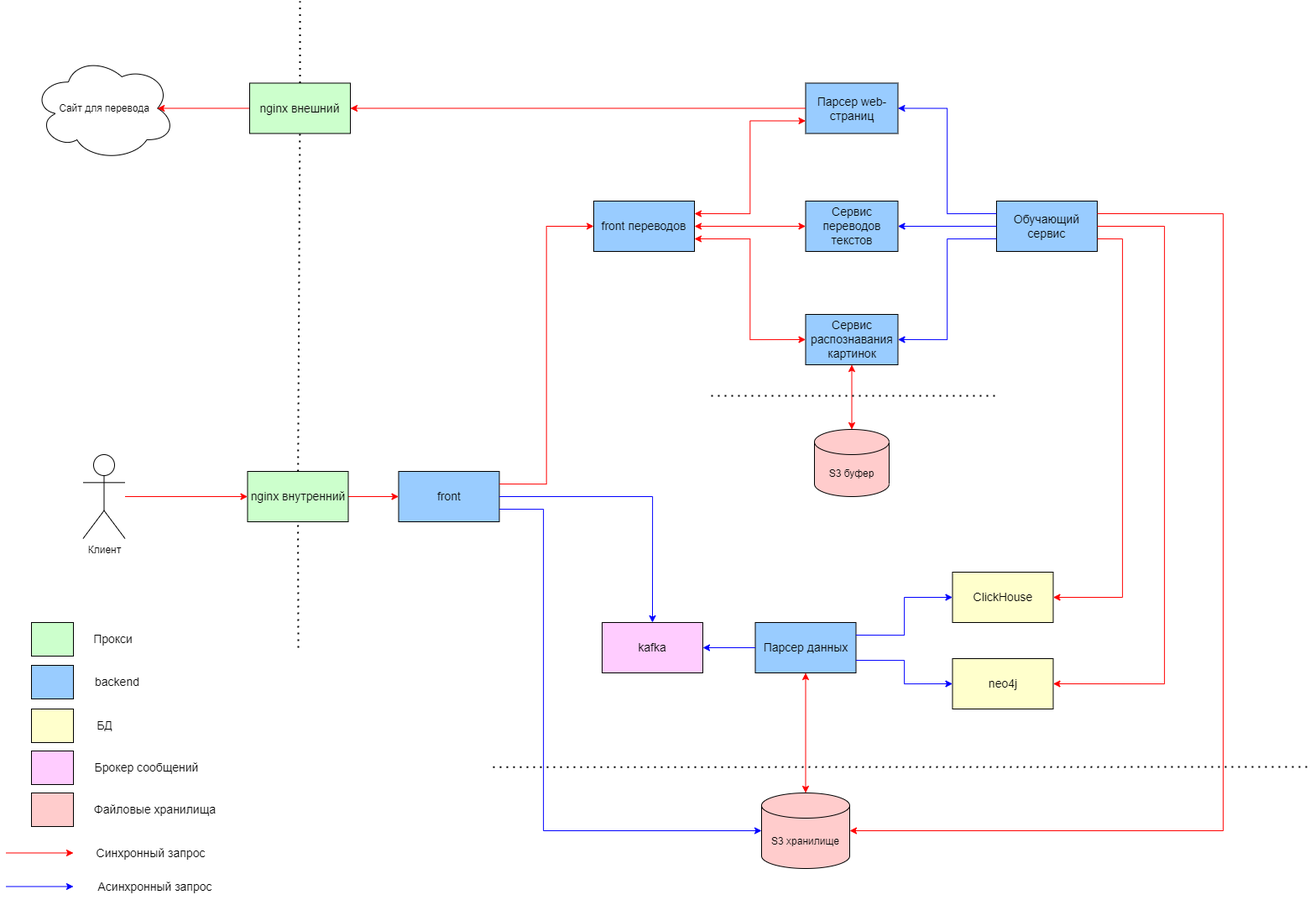
Earlier version of the draw.io export img/projectSchema.png (kek-flip/tp-highload). Source tidied: cells renumbered, new cells last; positions are measured from the earlier drawing's top-left corner, leaving out a move shared by most shapes. The source it was exported from:
```xml
<mxGraphModel>
  <root>
    <mxCell id="0" />
    <mxCell id="1" parent="0" />
    <mxCell id="2" style="endArrow=none;dashed=1;html=1;dashPattern=1 3;strokeWidth=2;rounded=0;" parent="1" edge="1" source="50">
      <mxGeometry relative="1" as="geometry">
        <mxPoint x="350" as="targetPoint" />
      </mxGeometry>
    </mxCell>
    <mxCell id="3" value="&lt;font style=&quot;font-size: 14px;&quot;&gt;front&lt;/font&gt;" style="rounded=0;whiteSpace=wrap;html=1;fillColor=#99CCFF;" parent="1" vertex="1">
      <mxGeometry x="467.5" y="560" width="120" height="60" as="geometry" />
    </mxCell>
    <mxCell id="4" value="&lt;font style=&quot;font-size: 14px;&quot;&gt;kafka&lt;/font&gt;" style="rounded=0;whiteSpace=wrap;html=1;fillColor=#FFCCFF;" parent="1" vertex="1">
      <mxGeometry x="710" y="740" width="120" height="60" as="geometry" />
    </mxCell>
    <mxCell id="5" value="&lt;font style=&quot;font-size: 14px;&quot;&gt;Сервис переводов текстов&lt;/font&gt;" style="rounded=0;whiteSpace=wrap;html=1;fillColor=#99CCFF;" parent="1" vertex="1">
      <mxGeometry x="952.5" y="238" width="110" height="60" as="geometry" />
    </mxCell>
    <mxCell id="6" value="&lt;font style=&quot;font-size: 14px;&quot;&gt;neo4j&lt;/font&gt;" style="rounded=0;whiteSpace=wrap;html=1;fillColor=#FFFFCC;" parent="1" vertex="1">
      <mxGeometry x="1127.5" y="783" width="120" height="60" as="geometry" />
    </mxCell>
    <mxCell id="7" value="&lt;font style=&quot;font-size: 14px;&quot;&gt;ClickHouse&lt;/font&gt;" style="rounded=0;whiteSpace=wrap;html=1;fillColor=#FFFFCC;" parent="1" vertex="1">
      <mxGeometry x="1127.5" y="680" width="120" height="60" as="geometry" />
    </mxCell>
    <mxCell id="8" value="&lt;font style=&quot;font-size: 14px;&quot;&gt;Обучающий сервис&lt;/font&gt;" style="rounded=0;whiteSpace=wrap;html=1;fillColor=#99CCFF;" parent="1" vertex="1">
      <mxGeometry x="1180" y="238" width="120" height="60" as="geometry" />
    </mxCell>
    <mxCell id="9" value="&lt;font style=&quot;font-size: 14px;&quot;&gt;Парсер данных&lt;/font&gt;" style="rounded=0;whiteSpace=wrap;html=1;fillColor=#99CCFF;align=center;" parent="1" vertex="1">
      <mxGeometry x="892.5" y="740" width="120" height="60" as="geometry" />
    </mxCell>
    <mxCell id="10" value="&lt;font style=&quot;font-size: 14px;&quot;&gt;Сервис распознавания картинок&lt;/font&gt;" style="rounded=0;whiteSpace=wrap;html=1;fillColor=#99CCFF;" parent="1" vertex="1">
      <mxGeometry x="952.5" y="373" width="110" height="60" as="geometry" />
    </mxCell>
    <mxCell id="11" value="&lt;font style=&quot;font-size: 14px;&quot;&gt;Парсер web-страниц&lt;/font&gt;" style="rounded=0;whiteSpace=wrap;html=1;fillColor=#99CCFF;" parent="1" vertex="1">
      <mxGeometry x="952.5" y="97.5" width="110" height="60" as="geometry" />
    </mxCell>
    <mxCell id="12" value="&lt;font style=&quot;font-size: 14px;&quot;&gt;front переводов&lt;/font&gt;" style="rounded=0;whiteSpace=wrap;html=1;fillColor=#99CCFF;" parent="1" vertex="1">
      <mxGeometry x="700" y="238" width="120" height="60" as="geometry" />
    </mxCell>
    <mxCell id="13" style="endArrow=classic;html=1;rounded=0;exitX=1;exitY=0.5;exitDx=0;exitDy=0;entryX=0;entryY=0.5;entryDx=0;entryDy=0;strokeColor=#FF0000;" parent="1" edge="1" source="48" target="3">
      <mxGeometry relative="1" as="geometry" />
    </mxCell>
    <mxCell id="14" style="endArrow=classic;html=1;rounded=0;exitX=1;exitY=0.5;exitDx=0;exitDy=0;entryX=0.5;entryY=0;entryDx=0;entryDy=0;edgeStyle=orthogonalEdgeStyle;strokeColor=#0000FF;" parent="1" edge="1" source="3" target="4">
      <mxGeometry relative="1" as="geometry" />
    </mxCell>
    <mxCell id="15" style="endArrow=classic;html=1;rounded=0;exitX=1;exitY=0.25;exitDx=0;exitDy=0;entryX=0;entryY=0.5;entryDx=0;entryDy=0;elbow=vertical;edgeStyle=orthogonalEdgeStyle;strokeColor=#FF0000;" parent="1" edge="1" source="3" target="12">
      <mxGeometry relative="1" as="geometry" />
    </mxCell>
    <mxCell id="16" style="endArrow=classic;html=1;rounded=0;entryX=1;entryY=0.5;entryDx=0;entryDy=0;exitX=0;exitY=0.5;exitDx=0;exitDy=0;edgeStyle=orthogonalEdgeStyle;strokeColor=#0000FF;" parent="1" edge="1" source="9" target="4">
      <mxGeometry relative="1" as="geometry" />
    </mxCell>
    <mxCell id="17" style="endArrow=classic;html=1;rounded=0;entryX=0;entryY=0.5;entryDx=0;entryDy=0;strokeColor=#FF0000;" parent="1" edge="1" source="25" target="48">
      <mxGeometry relative="1" as="geometry" />
    </mxCell>
    <mxCell id="18" style="endArrow=classic;html=1;rounded=0;exitX=1;exitY=0.25;exitDx=0;exitDy=0;entryX=0;entryY=0.5;entryDx=0;entryDy=0;edgeStyle=orthogonalEdgeStyle;strokeColor=#0000FF;" parent="1" edge="1" source="9" target="7">
      <mxGeometry relative="1" as="geometry" />
    </mxCell>
    <mxCell id="19" style="endArrow=classic;html=1;rounded=0;exitX=1;exitY=0.75;exitDx=0;exitDy=0;entryX=0;entryY=0.5;entryDx=0;entryDy=0;edgeStyle=orthogonalEdgeStyle;strokeColor=#0000FF;" parent="1" edge="1" source="9" target="6">
      <mxGeometry relative="1" as="geometry" />
    </mxCell>
    <mxCell id="20" style="rounded=0;whiteSpace=wrap;html=1;fillColor=#CCFFCC;" parent="1" vertex="1">
      <mxGeometry x="30" y="740" width="50" height="40" as="geometry" />
    </mxCell>
    <mxCell id="21" style="rounded=0;whiteSpace=wrap;html=1;fillColor=#99CCFF;" parent="1" vertex="1">
      <mxGeometry x="30" y="791" width="50" height="40" as="geometry" />
    </mxCell>
    <mxCell id="22" style="rounded=0;whiteSpace=wrap;html=1;fillColor=#FFFFCC;" parent="1" vertex="1">
      <mxGeometry x="30" y="843" width="50" height="40" as="geometry" />
    </mxCell>
    <mxCell id="23" style="rounded=0;whiteSpace=wrap;html=1;fillColor=#FFCCFF;" parent="1" vertex="1">
      <mxGeometry x="30" y="893" width="50" height="40" as="geometry" />
    </mxCell>
    <mxCell id="24" style="endArrow=classic;html=1;rounded=0;exitX=0;exitY=0.5;exitDx=0;exitDy=0;entryX=1;entryY=0.5;entryDx=0;entryDy=0;elbow=vertical;strokeColor=#FF0000;" parent="1" edge="1" source="11" target="50">
      <mxGeometry relative="1" as="geometry" />
    </mxCell>
    <mxCell id="25" value="Клиент" style="shape=umlActor;verticalLabelPosition=bottom;verticalAlign=top;html=1;outlineConnect=0;" parent="1" vertex="1">
      <mxGeometry x="91.5" y="540" width="50" height="100" as="geometry" />
    </mxCell>
    <mxCell id="26" value="Сайт для перевода" style="ellipse;shape=cloud;whiteSpace=wrap;html=1;" parent="1" vertex="1">
      <mxGeometry x="31.5" y="65" width="170" height="125" as="geometry" />
    </mxCell>
    <mxCell id="27" style="endArrow=classic;html=1;rounded=0;exitX=0;exitY=0.5;exitDx=0;exitDy=0;entryX=0.875;entryY=0.5;entryDx=0;entryDy=0;elbow=vertical;entryPerimeter=0;strokeColor=#FF0000;" parent="1" edge="1" source="50" target="26">
      <mxGeometry relative="1" as="geometry" />
    </mxCell>
    <mxCell id="28" value="S3 буфер" style="shape=cylinder3;whiteSpace=wrap;html=1;boundedLbl=1;backgroundOutline=1;size=15;fillColor=#FFCCCC;" parent="1" vertex="1">
      <mxGeometry x="963" y="510" width="89" height="80" as="geometry" />
    </mxCell>
    <mxCell id="29" style="rounded=0;whiteSpace=wrap;html=1;fillColor=#FFCCCC;" parent="1" vertex="1">
      <mxGeometry x="30" y="943" width="50" height="40" as="geometry" />
    </mxCell>
    <mxCell id="30" value="S3 хранилище" style="shape=cylinder3;whiteSpace=wrap;html=1;boundedLbl=1;backgroundOutline=1;size=15;fillColor=#FFCCCC;" parent="1" vertex="1">
      <mxGeometry x="900" y="943" width="105" height="90" as="geometry" />
    </mxCell>
    <mxCell id="31" style="endArrow=classic;startArrow=classic;html=1;rounded=0;entryX=0.5;entryY=1;entryDx=0;entryDy=0;exitX=0.5;exitY=0;exitDx=0;exitDy=0;exitPerimeter=0;strokeColor=#FF0000;" parent="1" edge="1" source="28" target="10">
      <mxGeometry relative="1" as="geometry" />
    </mxCell>
    <mxCell id="32" style="endArrow=classic;startArrow=classic;html=1;rounded=0;exitX=1;exitY=0.25;exitDx=0;exitDy=0;entryX=0;entryY=0.75;entryDx=0;entryDy=0;edgeStyle=orthogonalEdgeStyle;strokeColor=#FF0000;" parent="1" edge="1" source="12" target="11">
      <mxGeometry relative="1" as="geometry" />
    </mxCell>
    <mxCell id="33" style="endArrow=classic;startArrow=classic;html=1;rounded=0;exitX=1;exitY=0.5;exitDx=0;exitDy=0;edgeStyle=orthogonalEdgeStyle;entryX=0;entryY=0.5;entryDx=0;entryDy=0;strokeColor=#FF0000;" parent="1" edge="1" source="12" target="5">
      <mxGeometry relative="1" as="geometry" />
    </mxCell>
    <mxCell id="34" style="endArrow=classic;startArrow=classic;html=1;rounded=0;exitX=1;exitY=0.75;exitDx=0;exitDy=0;edgeStyle=orthogonalEdgeStyle;entryX=0;entryY=0.5;entryDx=0;entryDy=0;strokeColor=#FF0000;" parent="1" edge="1" source="12" target="10">
      <mxGeometry relative="1" as="geometry" />
    </mxCell>
    <mxCell id="35" style="endArrow=classic;html=1;rounded=0;exitX=1;exitY=0.75;exitDx=0;exitDy=0;entryX=0;entryY=0.5;entryDx=0;entryDy=0;entryPerimeter=0;edgeStyle=orthogonalEdgeStyle;strokeColor=#0000FF;" parent="1" edge="1" source="3" target="30">
      <mxGeometry relative="1" as="geometry">
        <Array as="points">
          <mxPoint x="640" y="605" />
          <mxPoint x="640" y="988" />
        </Array>
      </mxGeometry>
    </mxCell>
    <mxCell id="36" style="endArrow=classic;startArrow=classic;html=1;rounded=0;entryX=0.5;entryY=1;entryDx=0;entryDy=0;exitX=0.5;exitY=0;exitDx=0;exitDy=0;exitPerimeter=0;strokeColor=#FF0000;" parent="1" edge="1" source="30" target="9">
      <mxGeometry relative="1" as="geometry" />
    </mxCell>
    <mxCell id="37" style="endArrow=classic;html=1;rounded=0;exitX=0;exitY=0.25;exitDx=0;exitDy=0;entryX=1;entryY=0.5;entryDx=0;entryDy=0;edgeStyle=orthogonalEdgeStyle;strokeColor=#0000FF;" parent="1" edge="1" source="8" target="11">
      <mxGeometry relative="1" as="geometry" />
    </mxCell>
    <mxCell id="38" style="endArrow=classic;html=1;rounded=0;exitX=0;exitY=0.5;exitDx=0;exitDy=0;entryX=1;entryY=0.5;entryDx=0;entryDy=0;edgeStyle=orthogonalEdgeStyle;strokeColor=#0000FF;" parent="1" edge="1" source="8" target="5">
      <mxGeometry relative="1" as="geometry" />
    </mxCell>
    <mxCell id="39" style="endArrow=classic;html=1;rounded=0;exitX=0;exitY=0.75;exitDx=0;exitDy=0;entryX=1;entryY=0.5;entryDx=0;entryDy=0;edgeStyle=orthogonalEdgeStyle;strokeColor=#0000FF;" parent="1" edge="1" source="8" target="10">
      <mxGeometry relative="1" as="geometry" />
    </mxCell>
    <mxCell id="40" style="endArrow=classic;html=1;rounded=0;exitX=1;exitY=0.75;exitDx=0;exitDy=0;edgeStyle=orthogonalEdgeStyle;entryX=1;entryY=0.5;entryDx=0;entryDy=0;strokeColor=#FF0000;" parent="1" edge="1" source="8" target="7">
      <mxGeometry relative="1" as="geometry">
        <Array as="points">
          <mxPoint x="1330" y="283" />
          <mxPoint x="1330" y="710" />
        </Array>
      </mxGeometry>
    </mxCell>
    <mxCell id="41" style="endArrow=classic;html=1;rounded=0;exitX=1;exitY=0.5;exitDx=0;exitDy=0;edgeStyle=orthogonalEdgeStyle;entryX=1;entryY=0.5;entryDx=0;entryDy=0;strokeColor=#FF0000;" parent="1" edge="1" source="8" target="6">
      <mxGeometry relative="1" as="geometry">
        <Array as="points">
          <mxPoint x="1380" y="268" />
          <mxPoint x="1380" y="813" />
        </Array>
      </mxGeometry>
    </mxCell>
    <mxCell id="42" style="endArrow=classic;html=1;rounded=0;exitX=1;exitY=0.25;exitDx=0;exitDy=0;edgeStyle=orthogonalEdgeStyle;strokeColor=#FF0000;entryX=1;entryY=0.5;entryDx=0;entryDy=0;entryPerimeter=0;" parent="1" edge="1" source="8" target="30">
      <mxGeometry relative="1" as="geometry">
        <Array as="points">
          <mxPoint x="1450" y="253" />
          <mxPoint x="1450" y="988" />
        </Array>
      </mxGeometry>
    </mxCell>
    <mxCell id="43" style="endArrow=classic;html=1;rounded=0;fillColor=#FF0000;strokeColor=#FF0000;" parent="1" edge="1">
      <mxGeometry relative="1" as="geometry">
        <mxPoint y="1014.5" as="sourcePoint" />
        <mxPoint x="80" y="1014.5" as="targetPoint" />
      </mxGeometry>
    </mxCell>
    <mxCell id="44" style="endArrow=classic;html=1;rounded=0;fillColor=#0000FF;strokeColor=#0000FF;" parent="1" edge="1">
      <mxGeometry relative="1" as="geometry">
        <mxPoint y="1054.5" as="sourcePoint" />
        <mxPoint x="80" y="1054.5" as="targetPoint" />
      </mxGeometry>
    </mxCell>
    <mxCell id="45" style="endArrow=none;dashed=1;html=1;dashPattern=1 3;strokeWidth=2;rounded=0;" parent="1" edge="1">
      <mxGeometry relative="1" as="geometry">
        <mxPoint x="840" y="470" as="sourcePoint" />
        <mxPoint x="1180" y="470" as="targetPoint" />
      </mxGeometry>
    </mxCell>
    <mxCell id="46" style="endArrow=none;dashed=1;html=1;dashPattern=1 3;strokeWidth=2;rounded=0;" parent="1" edge="1">
      <mxGeometry relative="1" as="geometry">
        <mxPoint x="580" y="912.3" as="sourcePoint" />
        <mxPoint x="1550" y="912" as="targetPoint" />
      </mxGeometry>
    </mxCell>
    <mxCell id="47" style="endArrow=none;dashed=1;html=1;dashPattern=1 3;strokeWidth=2;rounded=0;" parent="1" edge="1" target="48">
      <mxGeometry relative="1" as="geometry">
        <mxPoint x="348" y="770" as="sourcePoint" />
      </mxGeometry>
    </mxCell>
    <mxCell id="48" value="&lt;font style=&quot;font-size: 14px;&quot;&gt;nginx внутренний&lt;br&gt;&lt;/font&gt;" style="rounded=0;whiteSpace=wrap;html=1;fillColor=#CCFFCC;" parent="1" vertex="1">
      <mxGeometry x="287.5" y="560" width="120" height="60" as="geometry" />
    </mxCell>
    <mxCell id="49" style="endArrow=none;dashed=1;html=1;dashPattern=1 3;strokeWidth=2;rounded=0;" parent="1" edge="1" source="48" target="50">
      <mxGeometry relative="1" as="geometry" />
    </mxCell>
    <mxCell id="50" value="&lt;font style=&quot;font-size: 14px;&quot;&gt;nginx внешний&lt;/font&gt;" style="rounded=0;whiteSpace=wrap;html=1;fillColor=#CCFFCC;" parent="1" vertex="1">
      <mxGeometry x="290" y="97.5" width="120" height="60" as="geometry" />
    </mxCell>
    <mxCell id="51" value="&lt;font style=&quot;font-size: 14px;&quot;&gt;Прокси&lt;/font&gt;" style="text;html=1;align=center;verticalAlign=middle;strokeColor=none;fillColor=none;" parent="1" vertex="1">
      <mxGeometry x="91.5" y="745" width="70" height="30" as="geometry" />
    </mxCell>
    <mxCell id="52" value="&lt;font style=&quot;font-size: 14px;&quot;&gt;backend&lt;/font&gt;" style="text;html=1;align=center;verticalAlign=middle;strokeColor=none;fillColor=none;" parent="1" vertex="1">
      <mxGeometry x="91.5" y="796" width="80" height="30" as="geometry" />
    </mxCell>
    <mxCell id="53" value="&lt;font style=&quot;font-size: 14px;&quot;&gt;БД&lt;/font&gt;" style="text;html=1;align=center;verticalAlign=middle;strokeColor=none;fillColor=none;" parent="1" vertex="1">
      <mxGeometry x="96.5" y="848" width="40" height="30" as="geometry" />
    </mxCell>
    <mxCell id="54" value="&lt;span style=&quot;font-size: 14px;&quot;&gt;Брокер сообщений&lt;/span&gt;" style="text;html=1;align=center;verticalAlign=middle;strokeColor=none;fillColor=none;" parent="1" vertex="1">
      <mxGeometry x="91.5" y="898" width="150" height="30" as="geometry" />
    </mxCell>
    <mxCell id="55" value="&lt;span style=&quot;font-size: 14px;&quot;&gt;Файловые хранилища&lt;/span&gt;" style="text;html=1;align=center;verticalAlign=middle;strokeColor=none;fillColor=none;" parent="1" vertex="1">
      <mxGeometry x="91.5" y="948" width="170" height="30" as="geometry" />
    </mxCell>
    <mxCell id="56" value="&lt;font style=&quot;font-size: 14px;&quot;&gt;Синхронный запрос&lt;/font&gt;" style="text;html=1;align=center;verticalAlign=middle;strokeColor=none;fillColor=none;" parent="1" vertex="1">
      <mxGeometry x="96.5" y="1000" width="150" height="30" as="geometry" />
    </mxCell>
    <mxCell id="57" value="&lt;font style=&quot;font-size: 14px;&quot;&gt;Асинхронный запрос&lt;/font&gt;" style="text;html=1;align=center;verticalAlign=middle;strokeColor=none;fillColor=none;" parent="1" vertex="1">
      <mxGeometry x="96.5" y="1040" width="160" height="30" as="geometry" />
    </mxCell>
  </root>
</mxGraphModel>
```
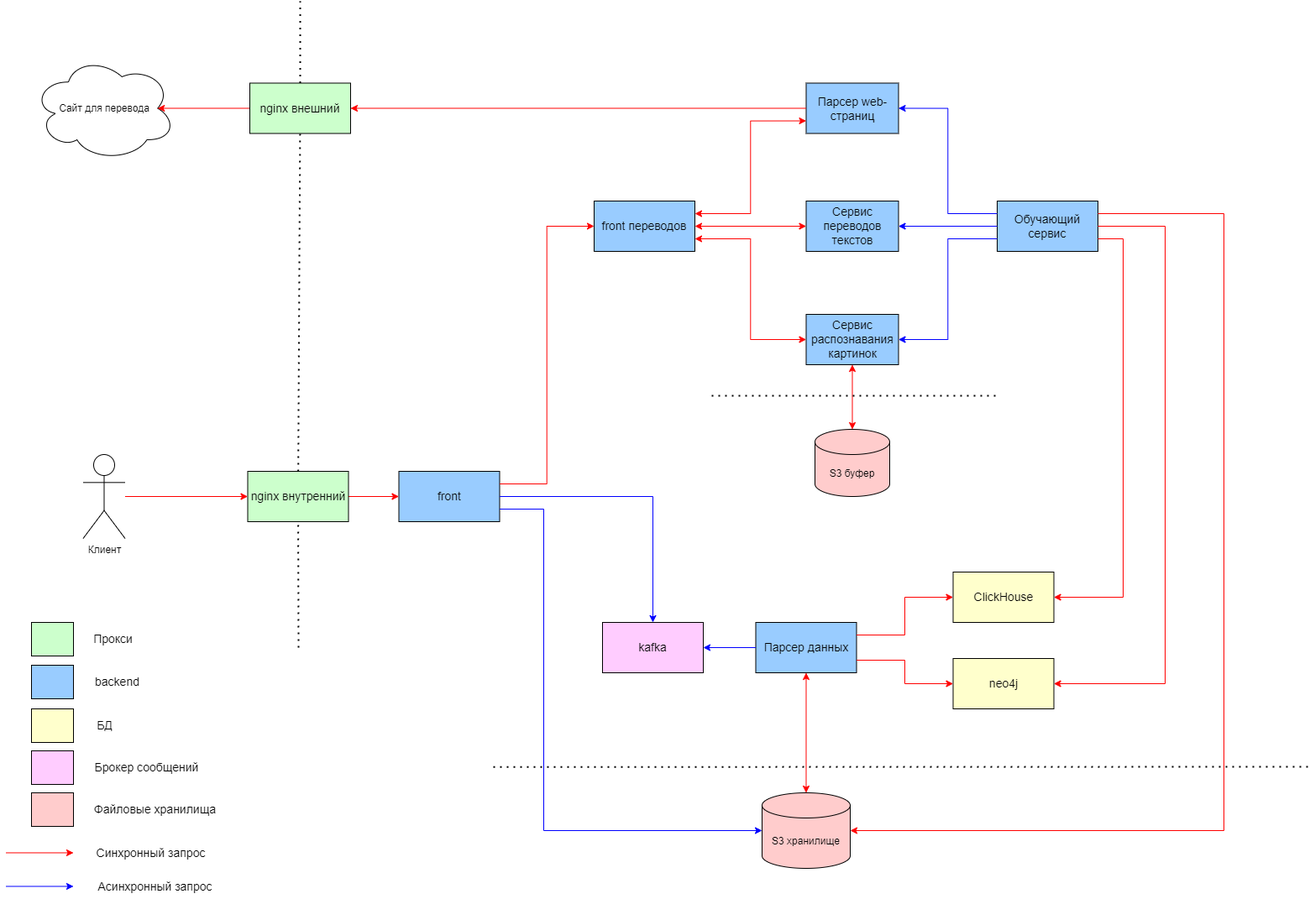
After the commit.

Commit message:
Обновил схему проекта

The edit, as a diff of the source:
```diff
@@ -52,10 +52,10 @@
     <mxCell id="17" style="endArrow=classic;html=1;rounded=0;entryX=0;entryY=0.5;entryDx=0;entryDy=0;strokeColor=#FF0000;" parent="1" edge="1" source="25" target="48">
       <mxGeometry relative="1" as="geometry" />
     </mxCell>
-    <mxCell id="18" style="endArrow=classic;html=1;rounded=0;exitX=1;exitY=0.25;exitDx=0;exitDy=0;entryX=0;entryY=0.5;entryDx=0;entryDy=0;edgeStyle=orthogonalEdgeStyle;strokeColor=#0000FF;" parent="1" edge="1" source="9" target="7">
+    <mxCell id="18" style="endArrow=classic;html=1;rounded=0;exitX=1;exitY=0.25;exitDx=0;exitDy=0;entryX=0;entryY=0.5;entryDx=0;entryDy=0;edgeStyle=orthogonalEdgeStyle;strokeColor=#FF0000;fillColor=#FF3333;" parent="1" edge="1" source="9" target="7">
       <mxGeometry relative="1" as="geometry" />
     </mxCell>
-    <mxCell id="19" style="endArrow=classic;html=1;rounded=0;exitX=1;exitY=0.75;exitDx=0;exitDy=0;entryX=0;entryY=0.5;entryDx=0;entryDy=0;edgeStyle=orthogonalEdgeStyle;strokeColor=#0000FF;" parent="1" edge="1" source="9" target="6">
+    <mxCell id="19" style="endArrow=classic;html=1;rounded=0;exitX=1;exitY=0.75;exitDx=0;exitDy=0;entryX=0;entryY=0.5;entryDx=0;entryDy=0;edgeStyle=orthogonalEdgeStyle;strokeColor=#FF0000;fillColor=#FF3333;" parent="1" edge="1" source="9" target="6">
       <mxGeometry relative="1" as="geometry" />
     </mxCell>
     <mxCell id="20" style="rounded=0;whiteSpace=wrap;html=1;fillColor=#CCFFCC;" parent="1" vertex="1">
@@ -111,7 +111,7 @@
         </Array>
       </mxGeometry>
     </mxCell>
-    <mxCell id="36" style="endArrow=classic;startArrow=classic;html=1;rounded=0;entryX=0.5;entryY=1;entryDx=0;entryDy=0;exitX=0.5;exitY=0;exitDx=0;exitDy=0;exitPerimeter=0;strokeColor=#FF0000;" parent="1" edge="1" source="30" target="9">
+    <mxCell id="36" style="endArrow=classic;startArrow=classic;html=1;rounded=0;entryX=0.5;entryY=1;entryDx=0;entryDy=0;exitX=0.5;exitY=0;exitDx=0;exitDy=0;exitPerimeter=0;strokeColor=#FF0000;fillColor=#3333FF;" parent="1" edge="1" source="30" target="9">
       <mxGeometry relative="1" as="geometry" />
     </mxCell>
     <mxCell id="37" style="endArrow=classic;html=1;rounded=0;exitX=0;exitY=0.25;exitDx=0;exitDy=0;entryX=1;entryY=0.5;entryDx=0;entryDy=0;edgeStyle=orthogonalEdgeStyle;strokeColor=#0000FF;" parent="1" edge="1" source="8" target="11">
```
